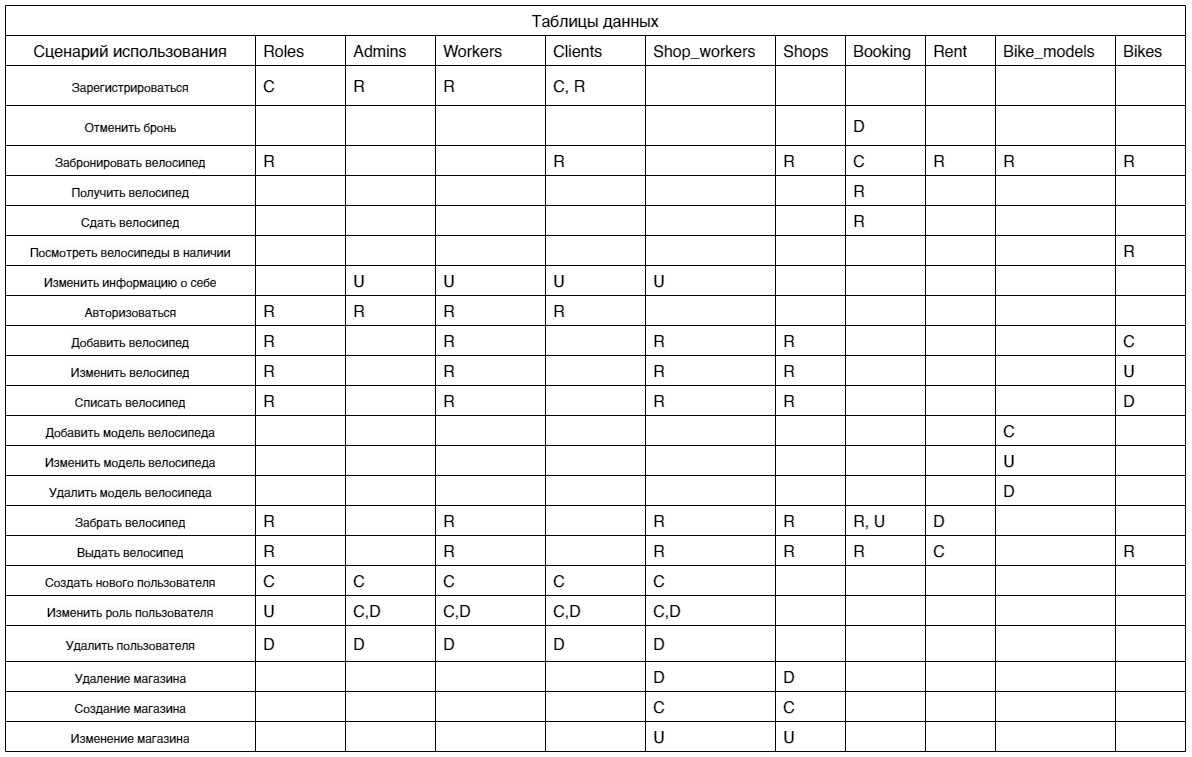
Earlier version of the draw.io export img/Диаграммы проката велосипедов-CRUD.drawio.png (GeorgeAlwaysWin/BikeRent). Source tidied: cells renumbered, new cells last; positions are measured from the earlier drawing's top-left corner, leaving out a move shared by most shapes.
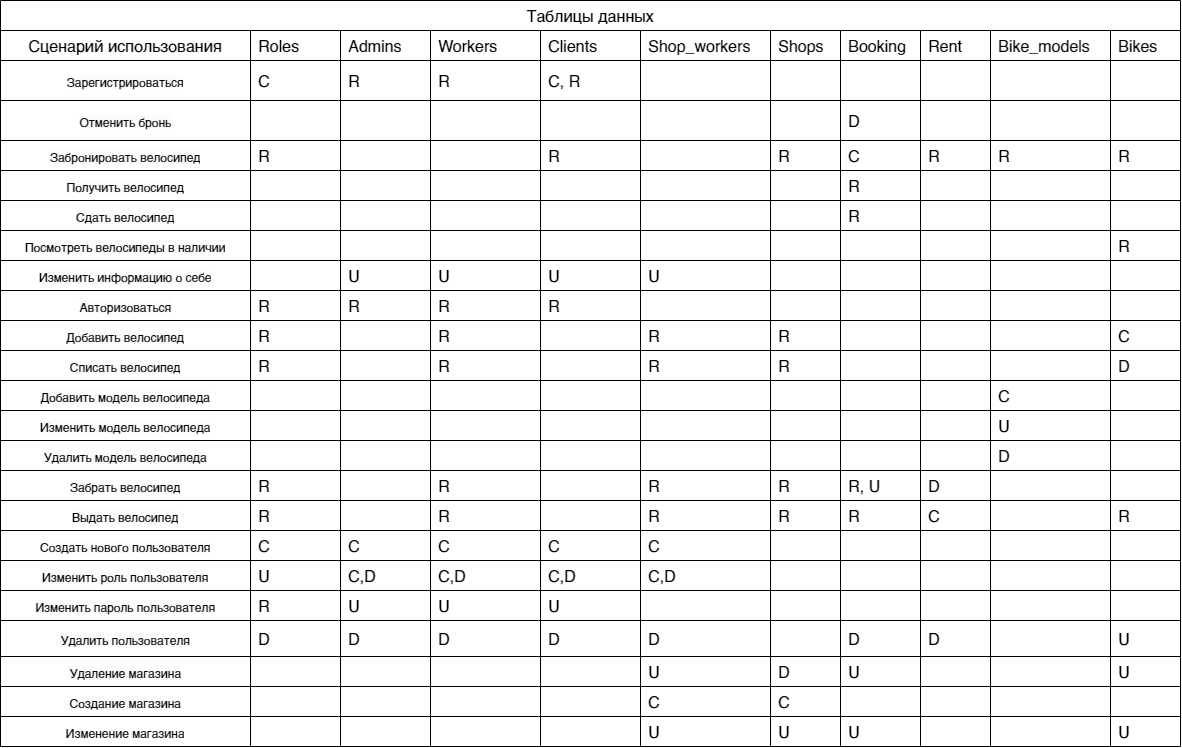
Later version of the same file.

Change to the diagram source:
```diff
@@ -367,40 +367,4 @@
     </mxCell>
-    <mxCell id="123" style="shape=tableRow;horizontal=0;startSize=0;swimlaneHead=0;swimlaneBody=0;top=0;left=0;bottom=0;right=0;fillColor=none;strokeColor=inherit;fontSize=16;align=center;verticalAlign=middle;fontFamily=Helvetica;fontColor=default;labelBackgroundColor=default;" parent="2" vertex="1">
-      <mxGeometry y="350" width="1180" height="30" as="geometry" />
-    </mxCell>
-    <mxCell id="124" value="&lt;span style=&quot;font-size: 12px; background-color: rgb(251, 251, 251);&quot;&gt;Изменить велосипед&lt;/span&gt;" style="shape=partialRectangle;html=1;whiteSpace=wrap;fillColor=none;top=0;left=0;bottom=0;right=0;overflow=hidden;strokeColor=inherit;fontSize=16;align=center;verticalAlign=middle;fontFamily=Helvetica;fontColor=default;labelBackgroundColor=default;" parent="123" vertex="1">
-      <mxGeometry width="250" height="30" as="geometry" />
-    </mxCell>
-    <mxCell id="125" value="R" style="shape=partialRectangle;html=1;whiteSpace=wrap;fillColor=none;top=0;left=0;bottom=0;right=0;align=left;spacingLeft=6;overflow=hidden;strokeColor=inherit;fontSize=16;verticalAlign=middle;fontFamily=Helvetica;fontColor=default;labelBackgroundColor=default;" parent="123" vertex="1">
-      <mxGeometry x="250" width="90" height="30" as="geometry" />
-    </mxCell>
-    <mxCell id="126" style="shape=partialRectangle;html=1;whiteSpace=wrap;fillColor=none;top=0;left=0;bottom=0;right=0;align=left;spacingLeft=6;overflow=hidden;strokeColor=inherit;fontSize=16;verticalAlign=middle;fontFamily=Helvetica;fontColor=default;labelBackgroundColor=default;" parent="123" vertex="1">
-      <mxGeometry x="340" width="90" height="30" as="geometry" />
-    </mxCell>
-    <mxCell id="127" value="R" style="shape=partialRectangle;html=1;whiteSpace=wrap;fillColor=none;top=0;left=0;bottom=0;right=0;align=left;spacingLeft=6;overflow=hidden;strokeColor=inherit;fontSize=16;verticalAlign=middle;fontFamily=Helvetica;fontColor=default;labelBackgroundColor=default;" parent="123" vertex="1">
-      <mxGeometry x="430" width="110" height="30" as="geometry" />
-    </mxCell>
-    <mxCell id="128" style="shape=partialRectangle;html=1;whiteSpace=wrap;fillColor=none;top=0;left=0;bottom=0;right=0;align=left;spacingLeft=6;overflow=hidden;strokeColor=inherit;fontSize=16;verticalAlign=middle;fontFamily=Helvetica;fontColor=default;labelBackgroundColor=default;" parent="123" vertex="1">
-      <mxGeometry x="540" width="100" height="30" as="geometry" />
-    </mxCell>
-    <mxCell id="129" value="R" style="shape=partialRectangle;html=1;whiteSpace=wrap;fillColor=none;top=0;left=0;bottom=0;right=0;align=left;spacingLeft=6;overflow=hidden;strokeColor=inherit;fontSize=16;verticalAlign=middle;fontFamily=Helvetica;fontColor=default;labelBackgroundColor=default;" parent="123" vertex="1">
-      <mxGeometry x="640" width="130" height="30" as="geometry" />
-    </mxCell>
-    <mxCell id="130" value="R" style="shape=partialRectangle;html=1;whiteSpace=wrap;fillColor=none;top=0;left=0;bottom=0;right=0;align=left;spacingLeft=6;overflow=hidden;strokeColor=inherit;fontSize=16;verticalAlign=middle;fontFamily=Helvetica;fontColor=default;labelBackgroundColor=default;" parent="123" vertex="1">
-      <mxGeometry x="770" width="70" height="30" as="geometry" />
-    </mxCell>
-    <mxCell id="131" style="shape=partialRectangle;html=1;whiteSpace=wrap;fillColor=none;top=0;left=0;bottom=0;right=0;align=left;spacingLeft=6;overflow=hidden;strokeColor=inherit;fontSize=16;verticalAlign=middle;fontFamily=Helvetica;fontColor=default;labelBackgroundColor=default;" parent="123" vertex="1">
-      <mxGeometry x="840" width="80" height="30" as="geometry" />
-    </mxCell>
-    <mxCell id="132" style="shape=partialRectangle;html=1;whiteSpace=wrap;fillColor=none;top=0;left=0;bottom=0;right=0;align=left;spacingLeft=6;overflow=hidden;strokeColor=inherit;fontSize=16;verticalAlign=middle;fontFamily=Helvetica;fontColor=default;labelBackgroundColor=default;" parent="123" vertex="1">
-      <mxGeometry x="920" width="70" height="30" as="geometry" />
-    </mxCell>
-    <mxCell id="133" style="shape=partialRectangle;html=1;whiteSpace=wrap;fillColor=none;top=0;left=0;bottom=0;right=0;align=left;spacingLeft=6;overflow=hidden;strokeColor=inherit;fontSize=16;verticalAlign=middle;fontFamily=Helvetica;fontColor=default;labelBackgroundColor=default;" parent="123" vertex="1">
-      <mxGeometry x="990" width="120" height="30" as="geometry" />
-    </mxCell>
-    <mxCell id="134" value="U" style="shape=partialRectangle;html=1;whiteSpace=wrap;fillColor=none;top=0;left=0;bottom=0;right=0;align=left;spacingLeft=6;overflow=hidden;strokeColor=inherit;fontSize=16;verticalAlign=middle;fontFamily=Helvetica;fontColor=default;labelBackgroundColor=default;" parent="123" vertex="1">
-      <mxGeometry x="1110" width="70" height="30" as="geometry" />
-    </mxCell>
     <mxCell id="135" style="shape=tableRow;horizontal=0;startSize=0;swimlaneHead=0;swimlaneBody=0;top=0;left=0;bottom=0;right=0;fillColor=none;strokeColor=inherit;fontSize=16;align=center;verticalAlign=middle;fontFamily=Helvetica;fontColor=default;labelBackgroundColor=default;" parent="2" vertex="1">
-      <mxGeometry y="380" width="1180" height="30" as="geometry" />
+      <mxGeometry y="350" width="1180" height="30" as="geometry" />
     </mxCell>
@@ -440,3 +404,3 @@
     <mxCell id="147" style="shape=tableRow;horizontal=0;startSize=0;swimlaneHead=0;swimlaneBody=0;top=0;left=0;bottom=0;right=0;fillColor=none;strokeColor=inherit;fontSize=16;align=center;verticalAlign=middle;fontFamily=Helvetica;fontColor=default;labelBackgroundColor=default;" parent="2" vertex="1">
-      <mxGeometry y="410" width="1180" height="30" as="geometry" />
+      <mxGeometry y="380" width="1180" height="30" as="geometry" />
     </mxCell>
@@ -476,3 +440,3 @@
     <mxCell id="159" style="shape=tableRow;horizontal=0;startSize=0;swimlaneHead=0;swimlaneBody=0;top=0;left=0;bottom=0;right=0;fillColor=none;strokeColor=inherit;fontSize=16;align=center;verticalAlign=middle;fontFamily=Helvetica;fontColor=default;labelBackgroundColor=default;" parent="2" vertex="1">
-      <mxGeometry y="440" width="1180" height="30" as="geometry" />
+      <mxGeometry y="410" width="1180" height="30" as="geometry" />
     </mxCell>
@@ -512,3 +476,3 @@
     <mxCell id="171" style="shape=tableRow;horizontal=0;startSize=0;swimlaneHead=0;swimlaneBody=0;top=0;left=0;bottom=0;right=0;fillColor=none;strokeColor=inherit;fontSize=16;align=center;verticalAlign=middle;fontFamily=Helvetica;fontColor=default;labelBackgroundColor=default;" parent="2" vertex="1">
-      <mxGeometry y="470" width="1180" height="30" as="geometry" />
+      <mxGeometry y="440" width="1180" height="30" as="geometry" />
     </mxCell>
@@ -548,3 +512,3 @@
     <mxCell id="183" style="shape=tableRow;horizontal=0;startSize=0;swimlaneHead=0;swimlaneBody=0;top=0;left=0;bottom=0;right=0;fillColor=none;strokeColor=inherit;fontSize=16;align=center;verticalAlign=middle;fontFamily=Helvetica;fontColor=default;labelBackgroundColor=default;" parent="2" vertex="1">
-      <mxGeometry y="500" width="1180" height="30" as="geometry" />
+      <mxGeometry y="470" width="1180" height="30" as="geometry" />
     </mxCell>
@@ -584,3 +548,3 @@
     <mxCell id="195" style="shape=tableRow;horizontal=0;startSize=0;swimlaneHead=0;swimlaneBody=0;top=0;left=0;bottom=0;right=0;fillColor=none;strokeColor=inherit;fontSize=16;align=center;verticalAlign=middle;fontFamily=Helvetica;fontColor=default;labelBackgroundColor=default;" parent="2" vertex="1">
-      <mxGeometry y="530" width="1180" height="30" as="geometry" />
+      <mxGeometry y="500" width="1180" height="30" as="geometry" />
     </mxCell>
@@ -620,3 +584,3 @@
     <mxCell id="207" style="shape=tableRow;horizontal=0;startSize=0;swimlaneHead=0;swimlaneBody=0;top=0;left=0;bottom=0;right=0;fillColor=none;strokeColor=inherit;fontSize=16;align=center;verticalAlign=middle;fontFamily=Helvetica;fontColor=default;labelBackgroundColor=default;" parent="2" vertex="1">
-      <mxGeometry y="560" width="1180" height="30" as="geometry" />
+      <mxGeometry y="530" width="1180" height="30" as="geometry" />
     </mxCell>
@@ -656,3 +620,3 @@
     <mxCell id="219" style="shape=tableRow;horizontal=0;startSize=0;swimlaneHead=0;swimlaneBody=0;top=0;left=0;bottom=0;right=0;fillColor=none;strokeColor=inherit;fontSize=16;align=center;verticalAlign=middle;fontFamily=Helvetica;fontColor=default;labelBackgroundColor=default;" parent="2" vertex="1">
-      <mxGeometry y="590" width="1180" height="30" as="geometry" />
+      <mxGeometry y="560" width="1180" height="30" as="geometry" />
     </mxCell>
@@ -691,2 +655,38 @@
     </mxCell>
+    <mxCell id="279" style="shape=tableRow;horizontal=0;startSize=0;swimlaneHead=0;swimlaneBody=0;top=0;left=0;bottom=0;right=0;fillColor=none;strokeColor=inherit;fontSize=16;align=center;verticalAlign=middle;fontFamily=Helvetica;fontColor=default;labelBackgroundColor=default;" parent="2" vertex="1">
+      <mxGeometry y="590" width="1180" height="30" as="geometry" />
+    </mxCell>
+    <mxCell id="280" value="&lt;span style=&quot;font-size: 12px; background-color: rgb(251, 251, 251);&quot;&gt;Изменить пароль пользователя&lt;/span&gt;" style="shape=partialRectangle;html=1;whiteSpace=wrap;fillColor=none;top=0;left=0;bottom=0;right=0;overflow=hidden;strokeColor=inherit;fontSize=16;align=center;verticalAlign=middle;fontFamily=Helvetica;fontColor=default;labelBackgroundColor=default;" parent="279" vertex="1">
+      <mxGeometry width="250" height="30" as="geometry" />
+    </mxCell>
+    <mxCell id="125" value="R" style="shape=partialRectangle;html=1;whiteSpace=wrap;fillColor=none;top=0;left=0;bottom=0;right=0;align=left;spacingLeft=6;overflow=hidden;strokeColor=inherit;fontSize=16;verticalAlign=middle;fontFamily=Helvetica;fontColor=default;labelBackgroundColor=default;" parent="279" vertex="1">
+      <mxGeometry x="250" width="90" height="30" as="geometry" />
+    </mxCell>
+    <mxCell id="281" value="U" style="shape=partialRectangle;html=1;whiteSpace=wrap;fillColor=none;top=0;left=0;bottom=0;right=0;align=left;spacingLeft=6;overflow=hidden;strokeColor=inherit;fontSize=16;verticalAlign=middle;fontFamily=Helvetica;fontColor=default;labelBackgroundColor=default;" parent="279" vertex="1">
+      <mxGeometry x="340" width="90" height="30" as="geometry" />
+    </mxCell>
+    <mxCell id="282" value="U" style="shape=partialRectangle;html=1;whiteSpace=wrap;fillColor=none;top=0;left=0;bottom=0;right=0;align=left;spacingLeft=6;overflow=hidden;strokeColor=inherit;fontSize=16;verticalAlign=middle;fontFamily=Helvetica;fontColor=default;labelBackgroundColor=default;" parent="279" vertex="1">
+      <mxGeometry x="430" width="110" height="30" as="geometry" />
+    </mxCell>
+    <mxCell id="283" value="U" style="shape=partialRectangle;html=1;whiteSpace=wrap;fillColor=none;top=0;left=0;bottom=0;right=0;align=left;spacingLeft=6;overflow=hidden;strokeColor=inherit;fontSize=16;verticalAlign=middle;fontFamily=Helvetica;fontColor=default;labelBackgroundColor=default;" parent="279" vertex="1">
+      <mxGeometry x="540" width="100" height="30" as="geometry" />
+    </mxCell>
+    <mxCell id="284" style="shape=partialRectangle;html=1;whiteSpace=wrap;fillColor=none;top=0;left=0;bottom=0;right=0;align=left;spacingLeft=6;overflow=hidden;strokeColor=inherit;fontSize=16;verticalAlign=middle;fontFamily=Helvetica;fontColor=default;labelBackgroundColor=default;" parent="279" vertex="1">
+      <mxGeometry x="640" width="130" height="30" as="geometry" />
+    </mxCell>
+    <mxCell id="285" style="shape=partialRectangle;html=1;whiteSpace=wrap;fillColor=none;top=0;left=0;bottom=0;right=0;align=left;spacingLeft=6;overflow=hidden;strokeColor=inherit;fontSize=16;verticalAlign=middle;fontFamily=Helvetica;fontColor=default;labelBackgroundColor=default;" parent="279" vertex="1">
+      <mxGeometry x="770" width="70" height="30" as="geometry" />
+    </mxCell>
+    <mxCell id="131" style="shape=partialRectangle;html=1;whiteSpace=wrap;fillColor=none;top=0;left=0;bottom=0;right=0;align=left;spacingLeft=6;overflow=hidden;strokeColor=inherit;fontSize=16;verticalAlign=middle;fontFamily=Helvetica;fontColor=default;labelBackgroundColor=default;" parent="279" vertex="1">
+      <mxGeometry x="840" width="80" height="30" as="geometry" />
+    </mxCell>
+    <mxCell id="132" style="shape=partialRectangle;html=1;whiteSpace=wrap;fillColor=none;top=0;left=0;bottom=0;right=0;align=left;spacingLeft=6;overflow=hidden;strokeColor=inherit;fontSize=16;verticalAlign=middle;fontFamily=Helvetica;fontColor=default;labelBackgroundColor=default;" parent="279" vertex="1">
+      <mxGeometry x="920" width="70" height="30" as="geometry" />
+    </mxCell>
+    <mxCell id="133" style="shape=partialRectangle;html=1;whiteSpace=wrap;fillColor=none;top=0;left=0;bottom=0;right=0;align=left;spacingLeft=6;overflow=hidden;strokeColor=inherit;fontSize=16;verticalAlign=middle;fontFamily=Helvetica;fontColor=default;labelBackgroundColor=default;" parent="279" vertex="1">
+      <mxGeometry x="990" width="120" height="30" as="geometry" />
+    </mxCell>
+    <mxCell id="286" style="shape=partialRectangle;html=1;whiteSpace=wrap;fillColor=none;top=0;left=0;bottom=0;right=0;align=left;spacingLeft=6;overflow=hidden;strokeColor=inherit;fontSize=16;verticalAlign=middle;fontFamily=Helvetica;fontColor=default;labelBackgroundColor=default;" parent="279" vertex="1">
+      <mxGeometry x="1110" width="70" height="30" as="geometry" />
+    </mxCell>
     <mxCell id="231" style="shape=tableRow;horizontal=0;startSize=0;swimlaneHead=0;swimlaneBody=0;top=0;left=0;bottom=0;right=0;fillColor=none;strokeColor=inherit;fontSize=16;align=center;verticalAlign=middle;fontFamily=Helvetica;fontColor=default;labelBackgroundColor=default;" parent="2" vertex="1">
@@ -715,6 +715,6 @@
     </mxCell>
-    <mxCell id="239" style="shape=partialRectangle;html=1;whiteSpace=wrap;fillColor=none;top=0;left=0;bottom=0;right=0;align=left;spacingLeft=6;overflow=hidden;strokeColor=inherit;fontSize=16;verticalAlign=middle;fontFamily=Helvetica;fontColor=default;labelBackgroundColor=default;" parent="231" vertex="1">
+    <mxCell id="239" value="D" style="shape=partialRectangle;html=1;whiteSpace=wrap;fillColor=none;top=0;left=0;bottom=0;right=0;align=left;spacingLeft=6;overflow=hidden;strokeColor=inherit;fontSize=16;verticalAlign=middle;fontFamily=Helvetica;fontColor=default;labelBackgroundColor=default;" parent="231" vertex="1">
       <mxGeometry x="840" width="80" height="36" as="geometry" />
     </mxCell>
-    <mxCell id="240" style="shape=partialRectangle;html=1;whiteSpace=wrap;fillColor=none;top=0;left=0;bottom=0;right=0;align=left;spacingLeft=6;overflow=hidden;strokeColor=inherit;fontSize=16;verticalAlign=middle;fontFamily=Helvetica;fontColor=default;labelBackgroundColor=default;" parent="231" vertex="1">
+    <mxCell id="240" value="D" style="shape=partialRectangle;html=1;whiteSpace=wrap;fillColor=none;top=0;left=0;bottom=0;right=0;align=left;spacingLeft=6;overflow=hidden;strokeColor=inherit;fontSize=16;verticalAlign=middle;fontFamily=Helvetica;fontColor=default;labelBackgroundColor=default;" parent="231" vertex="1">
       <mxGeometry x="920" width="70" height="36" as="geometry" />
@@ -724,3 +724,3 @@
     </mxCell>
-    <mxCell id="242" style="shape=partialRectangle;html=1;whiteSpace=wrap;fillColor=none;top=0;left=0;bottom=0;right=0;align=left;spacingLeft=6;overflow=hidden;strokeColor=inherit;fontSize=16;verticalAlign=middle;fontFamily=Helvetica;fontColor=default;labelBackgroundColor=default;" parent="231" vertex="1">
+    <mxCell id="242" value="U" style="shape=partialRectangle;html=1;whiteSpace=wrap;fillColor=none;top=0;left=0;bottom=0;right=0;align=left;spacingLeft=6;overflow=hidden;strokeColor=inherit;fontSize=16;verticalAlign=middle;fontFamily=Helvetica;fontColor=default;labelBackgroundColor=default;" parent="231" vertex="1">
       <mxGeometry x="1110" width="70" height="36" as="geometry" />
@@ -745,3 +745,3 @@
     </mxCell>
-    <mxCell id="249" value="D" style="shape=partialRectangle;html=1;whiteSpace=wrap;fillColor=none;top=0;left=0;bottom=0;right=0;align=left;spacingLeft=6;overflow=hidden;strokeColor=inherit;fontSize=16;verticalAlign=middle;fontFamily=Helvetica;fontColor=default;labelBackgroundColor=default;" parent="243" vertex="1">
+    <mxCell id="249" value="U" style="shape=partialRectangle;html=1;whiteSpace=wrap;fillColor=none;top=0;left=0;bottom=0;right=0;align=left;spacingLeft=6;overflow=hidden;strokeColor=inherit;fontSize=16;verticalAlign=middle;fontFamily=Helvetica;fontColor=default;labelBackgroundColor=default;" parent="243" vertex="1">
       <mxGeometry x="640" width="130" height="30" as="geometry" />
@@ -751,3 +751,3 @@
     </mxCell>
-    <mxCell id="251" style="shape=partialRectangle;html=1;whiteSpace=wrap;fillColor=none;top=0;left=0;bottom=0;right=0;align=left;spacingLeft=6;overflow=hidden;strokeColor=inherit;fontSize=16;verticalAlign=middle;fontFamily=Helvetica;fontColor=default;labelBackgroundColor=default;" parent="243" vertex="1">
+    <mxCell id="251" value="U" style="shape=partialRectangle;html=1;whiteSpace=wrap;fillColor=none;top=0;left=0;bottom=0;right=0;align=left;spacingLeft=6;overflow=hidden;strokeColor=inherit;fontSize=16;verticalAlign=middle;fontFamily=Helvetica;fontColor=default;labelBackgroundColor=default;" parent="243" vertex="1">
       <mxGeometry x="840" width="80" height="30" as="geometry" />
@@ -760,3 +760,3 @@
     </mxCell>
-    <mxCell id="254" style="shape=partialRectangle;html=1;whiteSpace=wrap;fillColor=none;top=0;left=0;bottom=0;right=0;align=left;spacingLeft=6;overflow=hidden;strokeColor=inherit;fontSize=16;verticalAlign=middle;fontFamily=Helvetica;fontColor=default;labelBackgroundColor=default;" parent="243" vertex="1">
+    <mxCell id="254" value="U" style="shape=partialRectangle;html=1;whiteSpace=wrap;fillColor=none;top=0;left=0;bottom=0;right=0;align=left;spacingLeft=6;overflow=hidden;strokeColor=inherit;fontSize=16;verticalAlign=middle;fontFamily=Helvetica;fontColor=default;labelBackgroundColor=default;" parent="243" vertex="1">
       <mxGeometry x="1110" width="70" height="30" as="geometry" />
@@ -823,3 +823,3 @@
     </mxCell>
-    <mxCell id="275" style="shape=partialRectangle;html=1;whiteSpace=wrap;fillColor=none;top=0;left=0;bottom=0;right=0;align=left;spacingLeft=6;overflow=hidden;strokeColor=inherit;fontSize=16;verticalAlign=middle;fontFamily=Helvetica;fontColor=default;labelBackgroundColor=default;" parent="267" vertex="1">
+    <mxCell id="275" value="U" style="shape=partialRectangle;html=1;whiteSpace=wrap;fillColor=none;top=0;left=0;bottom=0;right=0;align=left;spacingLeft=6;overflow=hidden;strokeColor=inherit;fontSize=16;verticalAlign=middle;fontFamily=Helvetica;fontColor=default;labelBackgroundColor=default;" parent="267" vertex="1">
       <mxGeometry x="840" width="80" height="30" as="geometry" />
@@ -832,3 +832,3 @@
     </mxCell>
-    <mxCell id="278" style="shape=partialRectangle;html=1;whiteSpace=wrap;fillColor=none;top=0;left=0;bottom=0;right=0;align=left;spacingLeft=6;overflow=hidden;strokeColor=inherit;fontSize=16;verticalAlign=middle;fontFamily=Helvetica;fontColor=default;labelBackgroundColor=default;" parent="267" vertex="1">
+    <mxCell id="278" value="U" style="shape=partialRectangle;html=1;whiteSpace=wrap;fillColor=none;top=0;left=0;bottom=0;right=0;align=left;spacingLeft=6;overflow=hidden;strokeColor=inherit;fontSize=16;verticalAlign=middle;fontFamily=Helvetica;fontColor=default;labelBackgroundColor=default;" parent="267" vertex="1">
       <mxGeometry x="1110" width="70" height="30" as="geometry" />
```
